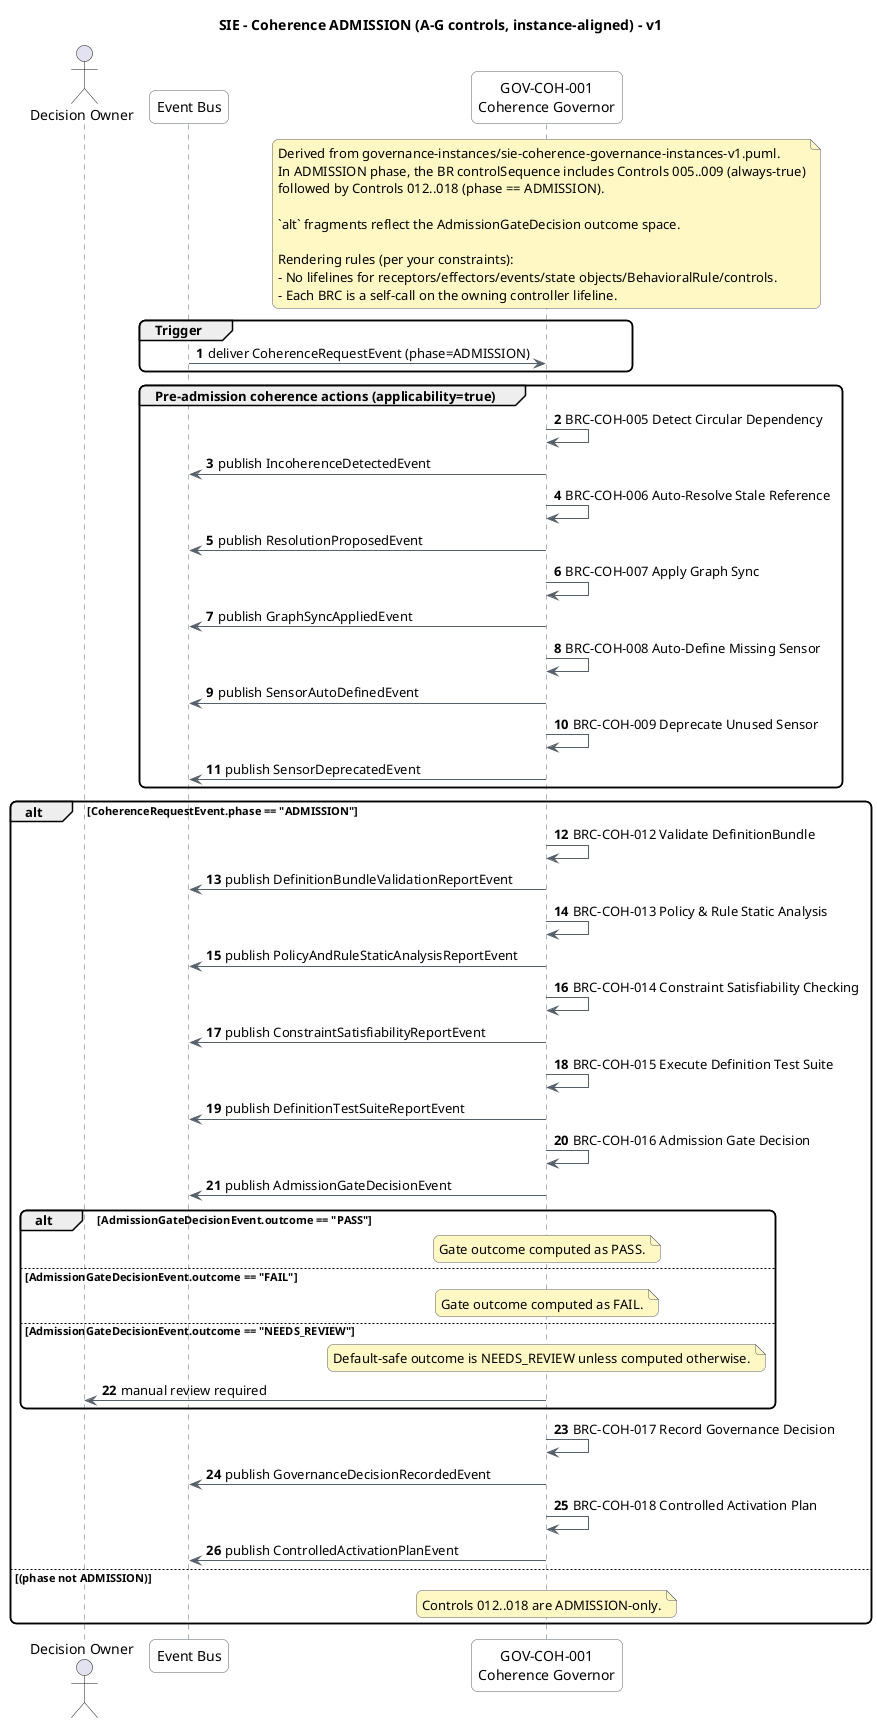
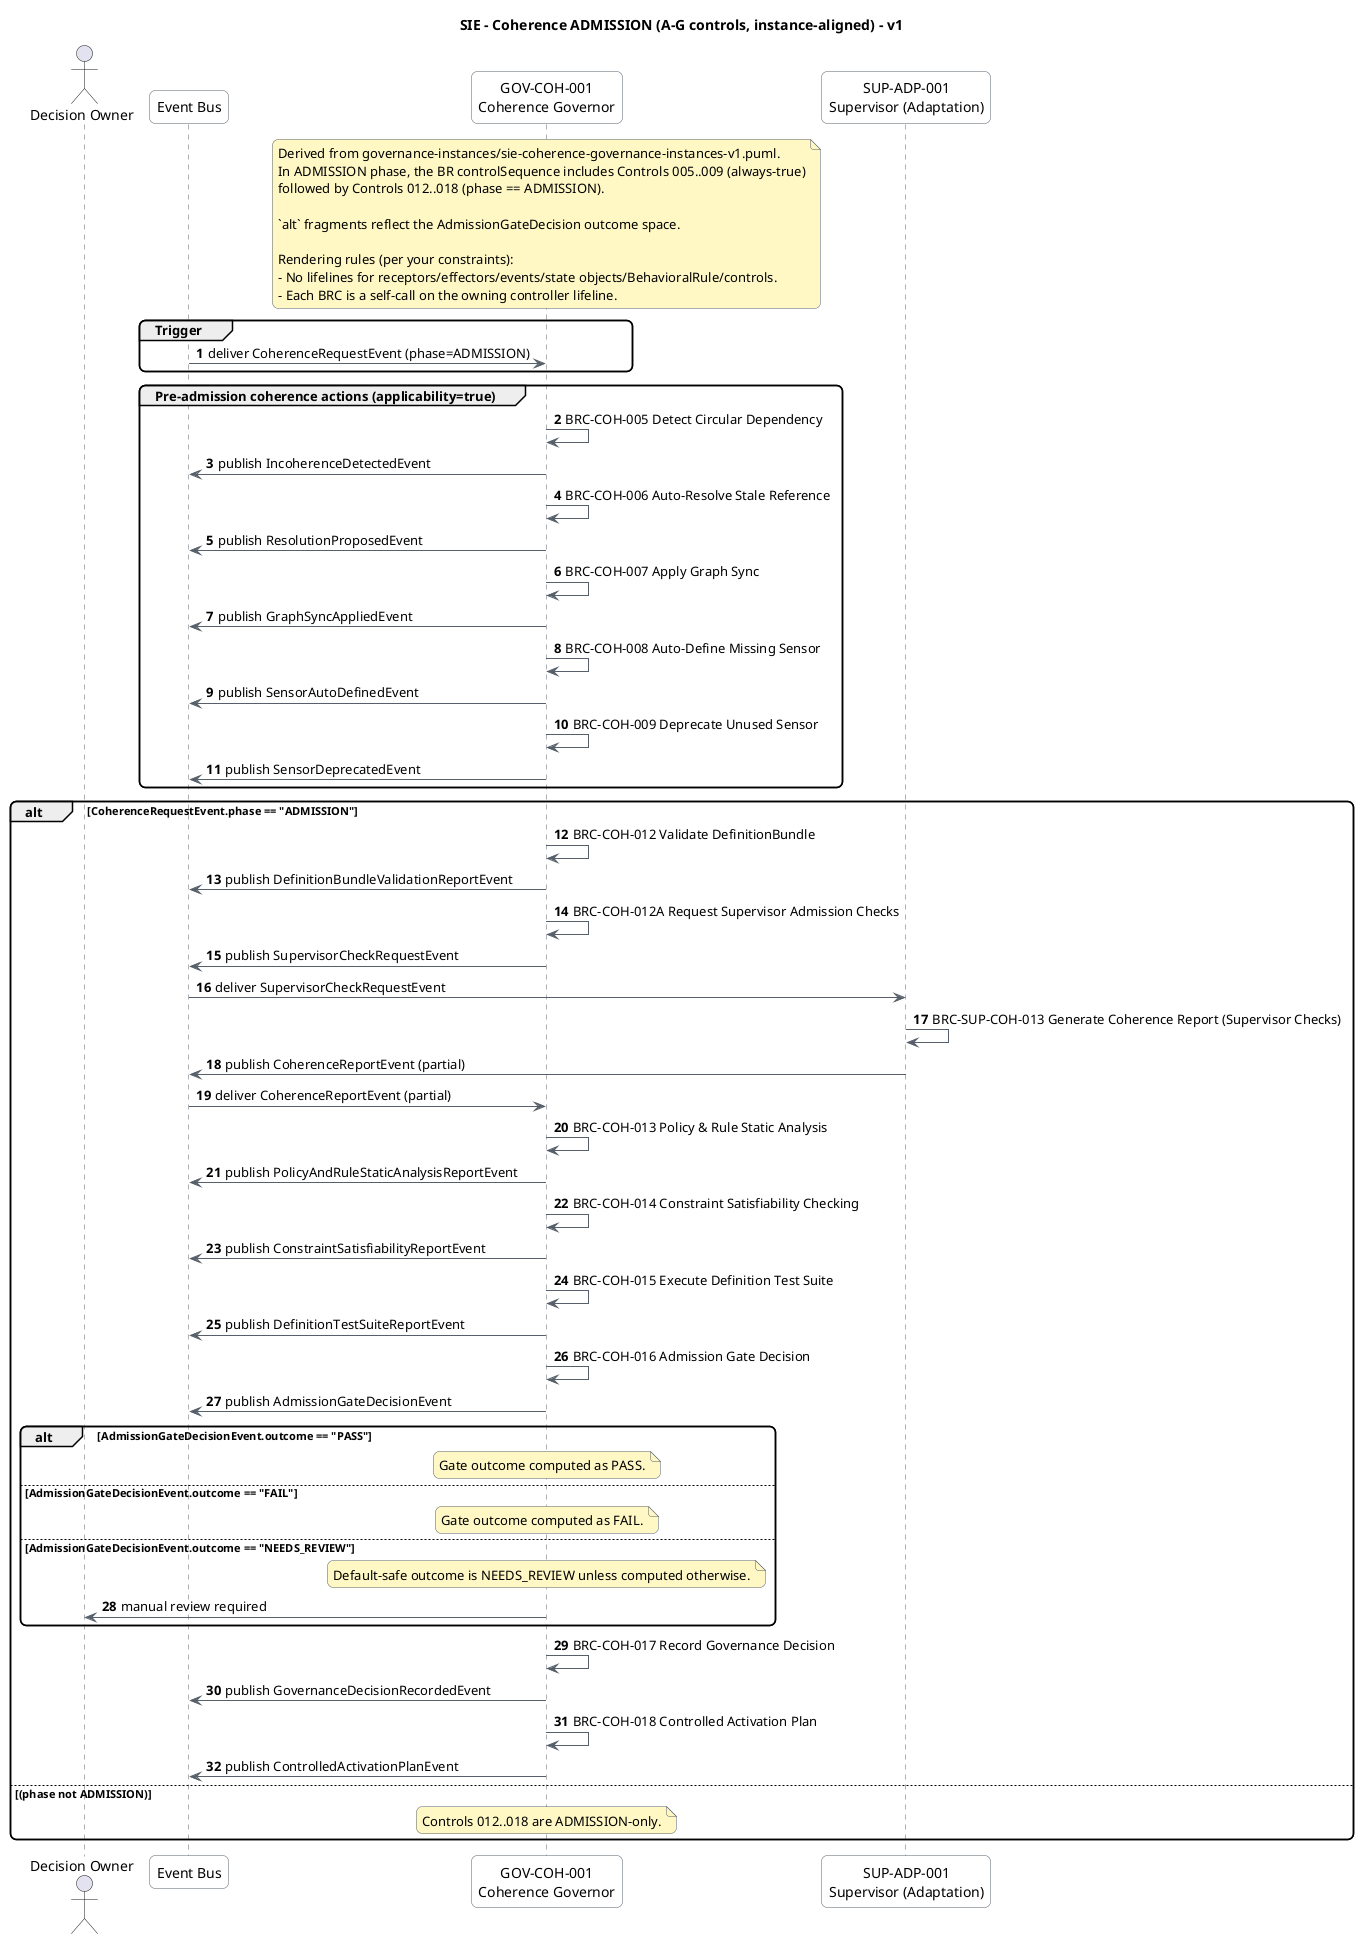
@startuml sie-coherence-admission-sequence-v1

' ============================================================
' VISUAL THEME
' ============================================================

skinparam shadowing false
skinparam roundcorner 12
skinparam ArrowColor #57606A
skinparam DefaultFontName "SansSerif"
skinparam backgroundColor #FFFFFF

skinparam sequence {
  ParticipantBackgroundColor #FFFFFF
  ParticipantBorderColor #57606A
  LifeLineBackgroundColor #F6F8FA
  LifeLineBorderColor #57606A
  ArrowColor #57606A
  DividerBackgroundColor #F6F8FA
}

skinparam noteBackgroundColor #FFF8C5
skinparam noteBorderColor #57606A

title SIE - Coherence ADMISSION (A–G controls, instance-aligned) - v1

autonumber

actor "Decision Owner" as DecisionOwner

participant "Event Bus" as Bus
participant "GOV-COH-001\nCoherence Governor" as GOV_COH_001
+ participant "SUP-ADP-001\nSupervisor (Adaptation)" as SUP_ADP_001

note over GOV_COH_001
  Derived from governance-instances/sie-coherence-governance-instances-v1.puml.
  In ADMISSION phase, the BR controlSequence includes Controls 005..009 (always-true)
  followed by Controls 012..018 (phase == ADMISSION).

  `alt` fragments reflect the AdmissionGateDecision outcome space.

  Rendering rules (per your constraints):
  - No lifelines for receptors/effectors/events/state objects/BehavioralRule/controls.
  - Each BRC is a self-call on the owning controller lifeline.
end note

group Trigger
  Bus -> GOV_COH_001 : deliver CoherenceRequestEvent (phase=ADMISSION)
end group

group Pre-admission coherence actions (applicability=true)
  GOV_COH_001 -> GOV_COH_001 : BRC-COH-005 Detect Circular Dependency
  GOV_COH_001 -> Bus : publish IncoherenceDetectedEvent

  GOV_COH_001 -> GOV_COH_001 : BRC-COH-006 Auto-Resolve Stale Reference
  GOV_COH_001 -> Bus : publish ResolutionProposedEvent

  GOV_COH_001 -> GOV_COH_001 : BRC-COH-007 Apply Graph Sync
  GOV_COH_001 -> Bus : publish GraphSyncAppliedEvent

  GOV_COH_001 -> GOV_COH_001 : BRC-COH-008 Auto-Define Missing Sensor
  GOV_COH_001 -> Bus : publish SensorAutoDefinedEvent

  GOV_COH_001 -> GOV_COH_001 : BRC-COH-009 Deprecate Unused Sensor
  GOV_COH_001 -> Bus : publish SensorDeprecatedEvent
end

alt CoherenceRequestEvent.phase == "ADMISSION"
  GOV_COH_001 -> GOV_COH_001 : BRC-COH-012 Validate DefinitionBundle
  GOV_COH_001 -> Bus : publish DefinitionBundleValidationReportEvent
+ 
+   GOV_COH_001 -> GOV_COH_001 : BRC-COH-012A Request Supervisor Admission Checks
+   GOV_COH_001 -> Bus : publish SupervisorCheckRequestEvent
+   Bus -> SUP_ADP_001 : deliver SupervisorCheckRequestEvent
+   SUP_ADP_001 -> SUP_ADP_001 : BRC-SUP-COH-013 Generate Coherence Report (Supervisor Checks)
+   SUP_ADP_001 -> Bus : publish CoherenceReportEvent (partial)
+   Bus -> GOV_COH_001 : deliver CoherenceReportEvent (partial)

  GOV_COH_001 -> GOV_COH_001 : BRC-COH-013 Policy & Rule Static Analysis
  GOV_COH_001 -> Bus : publish PolicyAndRuleStaticAnalysisReportEvent

  GOV_COH_001 -> GOV_COH_001 : BRC-COH-014 Constraint Satisfiability Checking
  GOV_COH_001 -> Bus : publish ConstraintSatisfiabilityReportEvent

  GOV_COH_001 -> GOV_COH_001 : BRC-COH-015 Execute Definition Test Suite
  GOV_COH_001 -> Bus : publish DefinitionTestSuiteReportEvent

  GOV_COH_001 -> GOV_COH_001 : BRC-COH-016 Admission Gate Decision
  GOV_COH_001 -> Bus : publish AdmissionGateDecisionEvent

  alt AdmissionGateDecisionEvent.outcome == "PASS"
    note over GOV_COH_001
      Gate outcome computed as PASS.
    end note
  else AdmissionGateDecisionEvent.outcome == "FAIL"
    note over GOV_COH_001
      Gate outcome computed as FAIL.
    end note
  else AdmissionGateDecisionEvent.outcome == "NEEDS_REVIEW"
    note over GOV_COH_001
      Default-safe outcome is NEEDS_REVIEW unless computed otherwise.
    end note
    GOV_COH_001 -> DecisionOwner : manual review required
  end

  GOV_COH_001 -> GOV_COH_001 : BRC-COH-017 Record Governance Decision
  GOV_COH_001 -> Bus : publish GovernanceDecisionRecordedEvent

  GOV_COH_001 -> GOV_COH_001 : BRC-COH-018 Controlled Activation Plan
  GOV_COH_001 -> Bus : publish ControlledActivationPlanEvent
else (phase not ADMISSION)
  note over GOV_COH_001
    Controls 012..018 are ADMISSION-only.
  end note
end

@enduml
